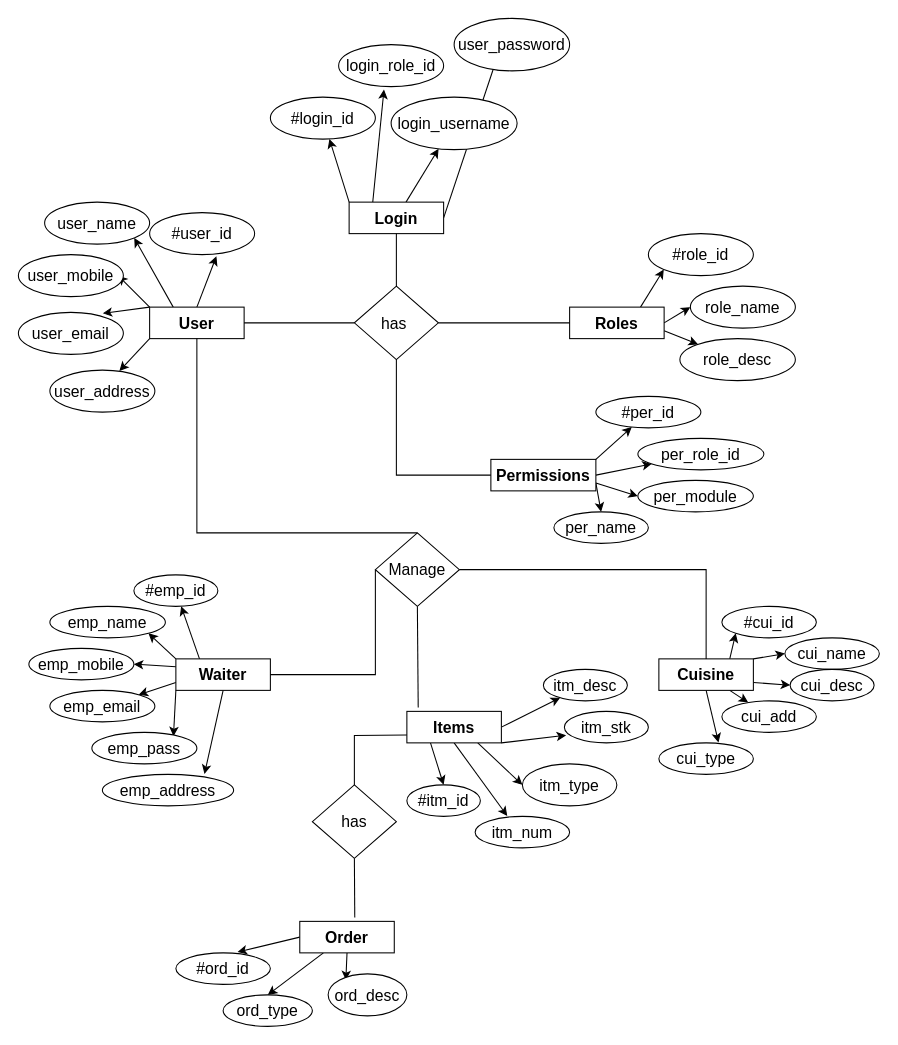
The draw.io diagram naitik_rathor/diagram/erDiagrams/er_diagram-01.drawio in saurhub49/Emerald-Oasis, before the edit. Source tidied: cells renumbered, new cells numbered last; positions are measured from the earlier drawing's top-left corner, leaving out a move shared by most shapes. Both pictures are drawn from the tidied source at 105%, with x=0, y=0 at pixel (18, 18).
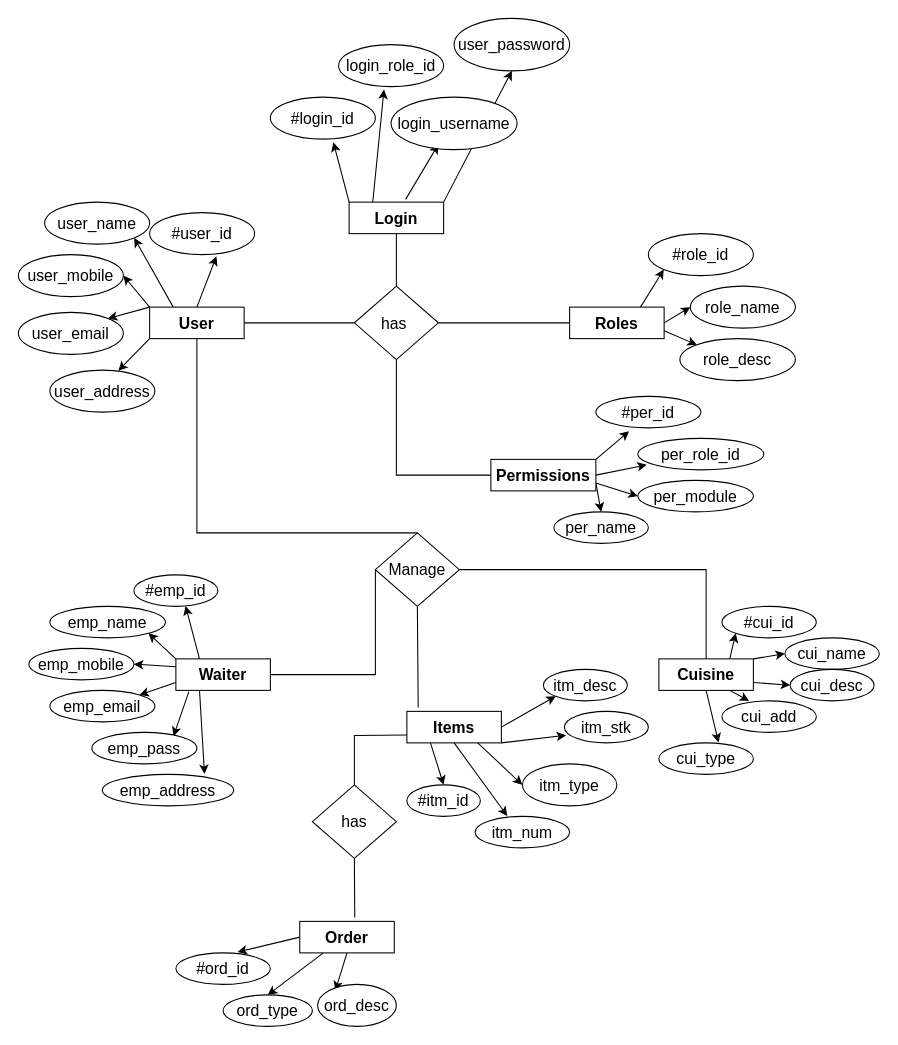
After the change.

Commit message:
correction in er diagram 01

The change refers to these unchanged cells:
```xml
<mxCell id="7" value="&lt;b&gt;&lt;font style=&quot;font-size: 15px&quot;&gt;User&lt;/font&gt;&lt;/b&gt;" style="whiteSpace=wrap;html=1;" parent="1" vertex="1">
  <mxGeometry x="125" y="275" width="90" height="30" as="geometry" />
</mxCell>
<mxCell id="12" value="&lt;span style=&quot;font-size: 15px&quot;&gt;&lt;b&gt;Login&lt;/b&gt;&lt;/span&gt;" style="whiteSpace=wrap;html=1;" parent="1" vertex="1">
  <mxGeometry x="315" y="175" width="90" height="30" as="geometry" />
</mxCell>
<mxCell id="16" value="&lt;b&gt;&lt;font style=&quot;font-size: 15px&quot;&gt;Roles&lt;/font&gt;&lt;/b&gt;" style="whiteSpace=wrap;html=1;" parent="1" vertex="1">
  <mxGeometry x="525" y="275" width="90" height="30" as="geometry" />
</mxCell>
<mxCell id="23" value="&lt;b&gt;&lt;font style=&quot;font-size: 15px&quot;&gt;Waiter&lt;/font&gt;&lt;/b&gt;" style="whiteSpace=wrap;html=1;" parent="1" vertex="1">
  <mxGeometry x="150" y="610" width="90" height="30" as="geometry" />
</mxCell>
<mxCell id="29" value="&lt;b&gt;&lt;font style=&quot;font-size: 15px&quot;&gt;Items&lt;/font&gt;&lt;/b&gt;" style="whiteSpace=wrap;html=1;" parent="1" vertex="1">
  <mxGeometry x="370" y="660" width="90" height="30" as="geometry" />
</mxCell>
<mxCell id="31" value="user_mobile" style="ellipse;whiteSpace=wrap;html=1;fontSize=15;" parent="1" vertex="1">
  <mxGeometry y="225" width="100" height="40" as="geometry" />
</mxCell>
<mxCell id="33" value="user_email" style="ellipse;whiteSpace=wrap;html=1;fontSize=15;" parent="1" vertex="1">
  <mxGeometry y="280" width="100" height="40" as="geometry" />
</mxCell>
<mxCell id="34" value="user_address" style="ellipse;whiteSpace=wrap;html=1;fontSize=15;" parent="1" vertex="1">
  <mxGeometry x="30" y="335" width="100" height="40" as="geometry" />
</mxCell>
<mxCell id="35" value="#login_id" style="ellipse;whiteSpace=wrap;html=1;fontSize=15;" parent="1" vertex="1">
  <mxGeometry x="240" y="75" width="100" height="40" as="geometry" />
</mxCell>
<mxCell id="37" value="login_username" style="ellipse;whiteSpace=wrap;html=1;fontSize=15;" parent="1" vertex="1">
  <mxGeometry x="355" y="75" width="120" height="50" as="geometry" />
</mxCell>
<mxCell id="38" value="user_password" style="ellipse;whiteSpace=wrap;html=1;fontSize=15;" parent="1" vertex="1">
  <mxGeometry x="415" width="110" height="50" as="geometry" />
</mxCell>
<mxCell id="42" value="role_desc" style="ellipse;whiteSpace=wrap;html=1;fontSize=15;" parent="1" vertex="1">
  <mxGeometry x="630" y="305" width="110" height="40" as="geometry" />
</mxCell>
<mxCell id="43" value="#per_id" style="ellipse;whiteSpace=wrap;html=1;fontSize=15;" parent="1" vertex="1">
  <mxGeometry x="550" y="360" width="100" height="30" as="geometry" />
</mxCell>
<mxCell id="51" value="&lt;b&gt;&lt;font style=&quot;font-size: 15px&quot;&gt;Permissions&lt;/font&gt;&lt;/b&gt;" style="whiteSpace=wrap;html=1;" parent="1" vertex="1">
  <mxGeometry x="450" y="420" width="100" height="30" as="geometry" />
</mxCell>
<mxCell id="52" value="per_role_id" style="ellipse;whiteSpace=wrap;html=1;fontSize=15;" parent="1" vertex="1">
  <mxGeometry x="590" y="400" width="120" height="30" as="geometry" />
</mxCell>
<mxCell id="59" value="#emp_id" style="ellipse;whiteSpace=wrap;html=1;fontSize=15;" parent="1" vertex="1">
  <mxGeometry x="110" y="530" width="80" height="30" as="geometry" />
</mxCell>
<mxCell id="62" value="emp_address" style="ellipse;whiteSpace=wrap;html=1;fontSize=15;" parent="1" vertex="1">
  <mxGeometry x="80" y="720" width="125" height="30" as="geometry" />
</mxCell>
<mxCell id="63" value="emp_pass" style="ellipse;whiteSpace=wrap;html=1;fontSize=15;" parent="1" vertex="1">
  <mxGeometry x="70" y="680" width="100" height="30" as="geometry" />
</mxCell>
<mxCell id="64" value="emp_email" style="ellipse;whiteSpace=wrap;html=1;fontSize=15;" parent="1" vertex="1">
  <mxGeometry x="30" y="640" width="100" height="30" as="geometry" />
</mxCell>
<mxCell id="75" value="&lt;span style=&quot;font-size: 15px&quot;&gt;&lt;b&gt;Cuisine&lt;/b&gt;&lt;/span&gt;" style="whiteSpace=wrap;html=1;" parent="1" vertex="1">
  <mxGeometry x="610" y="610" width="90" height="30" as="geometry" />
</mxCell>
<mxCell id="87" value="itm_desc" style="ellipse;whiteSpace=wrap;html=1;fontSize=15;" parent="1" vertex="1">
  <mxGeometry x="500" y="620" width="80" height="30" as="geometry" />
</mxCell>
<mxCell id="90" value="cui_add" style="ellipse;whiteSpace=wrap;html=1;fontSize=15;" parent="1" vertex="1">
  <mxGeometry x="670" y="650" width="90" height="30" as="geometry" />
</mxCell>
```

The edit, as a diff of the source:
```diff
@@
-    <mxCell id="2" style="edgeStyle=none;rounded=0;jettySize=auto;html=1;exitX=0;exitY=1;exitDx=0;exitDy=0;entryX=1.012;entryY=0.27;entryDx=0;entryDy=0;entryPerimeter=0;fontSize=15;" parent="1" edge="1" source="7">
-      <mxGeometry relative="1" as="geometry">
-        <mxPoint x="96.2" y="335.8" as="targetPoint" />
-      </mxGeometry>
+    <mxCell id="2" style="edgeStyle=none;rounded=0;jettySize=auto;html=1;exitX=0;exitY=1;exitDx=0;exitDy=0;entryX=0.652;entryY=0.015;entryDx=0;entryDy=0;entryPerimeter=0;fontSize=15;" parent="1" edge="1" source="7" target="34">
+      <mxGeometry relative="1" as="geometry" />
     </mxCell>
-    <mxCell id="3" style="edgeStyle=none;rounded=0;jettySize=auto;html=1;exitX=0;exitY=0;exitDx=0;exitDy=0;entryX=1;entryY=0;entryDx=0;entryDy=0;fontSize=15;" parent="1" edge="1" source="7">
-      <mxGeometry relative="1" as="geometry">
-        <mxPoint x="80.4" y="280.9" as="targetPoint" />
-      </mxGeometry>
+    <mxCell id="3" style="edgeStyle=none;rounded=0;jettySize=auto;html=1;exitX=0;exitY=0;exitDx=0;exitDy=0;entryX=1;entryY=0;entryDx=0;entryDy=0;fontSize=15;" parent="1" edge="1" source="7" target="33">
+      <mxGeometry relative="1" as="geometry" />
     </mxCell>
-    <mxCell id="4" style="edgeStyle=none;rounded=0;jettySize=auto;html=1;exitX=0;exitY=0;exitDx=0;exitDy=0;entryX=1;entryY=0.5;entryDx=0;entryDy=0;fontSize=15;" parent="1" edge="1" source="7">
-      <mxGeometry relative="1" as="geometry">
-        <mxPoint x="95" y="245" as="targetPoint" />
-      </mxGeometry>
+    <mxCell id="4" style="edgeStyle=none;rounded=0;jettySize=auto;html=1;exitX=0;exitY=0;exitDx=0;exitDy=0;entryX=1;entryY=0.5;entryDx=0;entryDy=0;fontSize=15;" parent="1" edge="1" source="7" target="31">
+      <mxGeometry relative="1" as="geometry" />
     </mxCell>
@@
-    <mxCell id="8" style="edgeStyle=none;rounded=0;jettySize=auto;html=1;exitX=0;exitY=0;exitDx=0;exitDy=0;fontSize=15;" parent="1" edge="1" source="12" target="35">
+    <mxCell id="8" style="edgeStyle=none;rounded=0;jettySize=auto;html=1;exitX=0;exitY=0;exitDx=0;exitDy=0;fontSize=15;entryX=0.6;entryY=1.075;entryDx=0;entryDy=0;entryPerimeter=0;" parent="1" edge="1" source="12" target="35">
       <mxGeometry relative="1" as="geometry" />
     </mxCell>
@@
-    <mxCell id="10" style="edgeStyle=none;rounded=0;jettySize=auto;html=1;fontSize=15;" parent="1" edge="1" source="12" target="37">
+    <mxCell id="10" style="edgeStyle=none;rounded=0;jettySize=auto;html=1;fontSize=15;exitX=0.598;exitY=-0.087;exitDx=0;exitDy=0;exitPerimeter=0;entryX=0.375;entryY=0.9;entryDx=0;entryDy=0;entryPerimeter=0;" parent="1" edge="1" source="12" target="37">
       <mxGeometry relative="1" as="geometry" />
     </mxCell>
-    <mxCell id="11" style="edgeStyle=none;rounded=0;jettySize=auto;html=1;exitX=1;exitY=0.5;exitDx=0;exitDy=0;entryX=0.364;entryY=0.8;entryDx=0;entryDy=0;entryPerimeter=0;fontSize=15;" parent="1" edge="1" source="12" target="38">
+    <mxCell id="11" style="edgeStyle=none;rounded=0;jettySize=auto;html=1;exitX=1;exitY=0;exitDx=0;exitDy=0;entryX=0.5;entryY=1;entryDx=0;entryDy=0;" parent="1" edge="1" source="12" target="38">
       <mxGeometry relative="1" as="geometry" />
     </mxCell>
@@
-    <mxCell id="15" style="edgeStyle=none;rounded=0;jettySize=auto;html=1;exitX=1;exitY=0.75;exitDx=0;exitDy=0;fontSize=15;" parent="1" edge="1" source="16" target="42">
+    <mxCell id="15" style="edgeStyle=none;rounded=0;jettySize=auto;html=1;exitX=1;exitY=0.75;exitDx=0;exitDy=0;fontSize=15;entryX=0;entryY=0;entryDx=0;entryDy=0;" parent="1" edge="1" source="16" target="42">
       <mxGeometry relative="1" as="geometry" />
     </mxCell>
@@
-    <mxCell id="17" style="edgeStyle=none;rounded=0;jettySize=auto;html=1;exitX=0.25;exitY=0;exitDx=0;exitDy=0;fontSize=15;elbow=vertical;" parent="1" edge="1" source="23" target="59">
+    <mxCell id="17" style="edgeStyle=none;rounded=0;jettySize=auto;html=1;exitX=0.25;exitY=0;exitDx=0;exitDy=0;fontSize=15;elbow=vertical;entryX=0.615;entryY=0.987;entryDx=0;entryDy=0;entryPerimeter=0;" parent="1" edge="1" source="23" target="59">
       <mxGeometry relative="1" as="geometry" />
     </mxCell>
@@
-    <mxCell id="20" style="edgeStyle=none;rounded=0;jettySize=auto;html=1;exitX=0;exitY=0.75;exitDx=0;exitDy=0;fontSize=15;elbow=vertical;" parent="1" edge="1" source="23" target="64">
+    <mxCell id="20" style="edgeStyle=none;rounded=0;jettySize=auto;html=1;exitX=0;exitY=0.75;exitDx=0;exitDy=0;fontSize=15;elbow=vertical;entryX=1;entryY=0;entryDx=0;entryDy=0;" parent="1" edge="1" source="23" target="64">
       <mxGeometry relative="1" as="geometry" />
     </mxCell>
-    <mxCell id="21" style="edgeStyle=none;rounded=0;jettySize=auto;html=1;exitX=0;exitY=1;exitDx=0;exitDy=0;entryX=0.777;entryY=0.12;entryDx=0;entryDy=0;entryPerimeter=0;fontSize=15;elbow=vertical;" parent="1" edge="1" source="23" target="63">
+    <mxCell id="21" style="edgeStyle=none;rounded=0;jettySize=auto;html=1;exitX=0.138;exitY=1.04;exitDx=0;exitDy=0;entryX=0.777;entryY=0.12;entryDx=0;entryDy=0;entryPerimeter=0;fontSize=15;elbow=vertical;exitPerimeter=0;" parent="1" edge="1" source="23" target="63">
       <mxGeometry relative="1" as="geometry" />
     </mxCell>
-    <mxCell id="22" style="edgeStyle=none;rounded=0;jettySize=auto;html=1;exitX=0.5;exitY=1;exitDx=0;exitDy=0;entryX=0.778;entryY=-0.013;entryDx=0;entryDy=0;entryPerimeter=0;fontSize=15;elbow=vertical;" parent="1" edge="1" source="23" target="62">
+    <mxCell id="22" style="edgeStyle=none;rounded=0;jettySize=auto;html=1;exitX=0.25;exitY=1;exitDx=0;exitDy=0;entryX=0.778;entryY=-0.013;entryDx=0;entryDy=0;entryPerimeter=0;fontSize=15;elbow=vertical;" parent="1" edge="1" source="23" target="62">
       <mxGeometry relative="1" as="geometry" />
     </mxCell>
@@
-    <mxCell id="28" style="edgeStyle=none;rounded=0;jettySize=auto;html=1;exitX=1;exitY=0.5;exitDx=0;exitDy=0;fontSize=15;elbow=vertical;" parent="1" edge="1" source="29" target="87">
+    <mxCell id="28" style="edgeStyle=none;rounded=0;jettySize=auto;html=1;exitX=1;exitY=0.5;exitDx=0;exitDy=0;fontSize=15;elbow=vertical;entryX=0;entryY=1;entryDx=0;entryDy=0;" parent="1" edge="1" source="29" target="87">
       <mxGeometry relative="1" as="geometry" />
     </mxCell>
@@
-    <mxCell id="47" style="edgeStyle=none;rounded=0;jettySize=auto;html=1;exitX=1;exitY=0;exitDx=0;exitDy=0;fontSize=15;" parent="1" edge="1" source="51" target="43">
+    <mxCell id="47" style="edgeStyle=none;rounded=0;jettySize=auto;html=1;exitX=1;exitY=0;exitDx=0;exitDy=0;fontSize=15;entryX=0.316;entryY=1.107;entryDx=0;entryDy=0;entryPerimeter=0;" parent="1" edge="1" source="51" target="43">
       <mxGeometry relative="1" as="geometry" />
     </mxCell>
-    <mxCell id="48" style="edgeStyle=none;rounded=0;jettySize=auto;html=1;exitX=1;exitY=0.5;exitDx=0;exitDy=0;fontSize=15;" parent="1" edge="1" source="51" target="52">
+    <mxCell id="48" style="edgeStyle=none;rounded=0;jettySize=auto;html=1;exitX=1;exitY=0.5;exitDx=0;exitDy=0;fontSize=15;entryX=0.07;entryY=0.84;entryDx=0;entryDy=0;entryPerimeter=0;" parent="1" edge="1" source="51" target="52">
       <mxGeometry relative="1" as="geometry" />
     </mxCell>
@@
-    <mxCell id="73" style="edgeStyle=none;rounded=0;jettySize=auto;html=1;exitX=0.75;exitY=1;exitDx=0;exitDy=0;fontSize=15;elbow=vertical;" parent="1" edge="1" source="75" target="90">
+    <mxCell id="73" style="edgeStyle=none;rounded=0;jettySize=auto;html=1;exitX=0.75;exitY=1;exitDx=0;exitDy=0;fontSize=15;elbow=vertical;entryX=0.289;entryY=0;entryDx=0;entryDy=0;entryPerimeter=0;" parent="1" edge="1" source="75" target="90">
       <mxGeometry relative="1" as="geometry" />
     </mxCell>
@@
     <mxCell id="82" value="ord_desc" style="ellipse;whiteSpace=wrap;html=1;fontSize=15;" parent="1" vertex="1">
-      <mxGeometry x="295" y="910" width="75" height="40" as="geometry" />
+      <mxGeometry x="285" y="920" width="75" height="40" as="geometry" />
     </mxCell>
```
